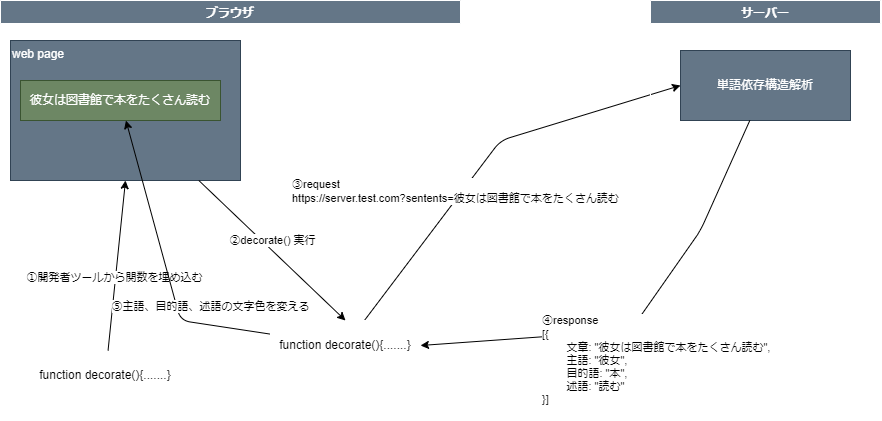
ritogk/sentence-decorate keeps this draw.io diagram as image.png. Above is the earlier version. Source tidied: cells renumbered, new cells last; positions are measured from the earlier drawing's top-left corner, leaving out a move shared by most shapes.
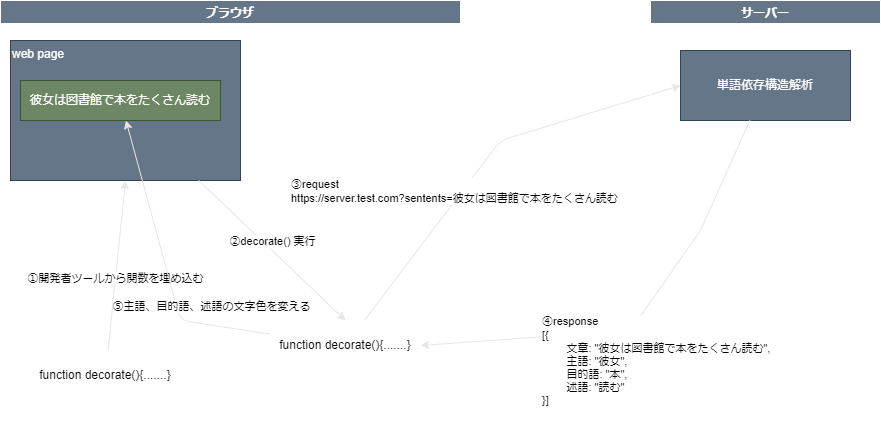
After the change.

Change to the diagram source:
```diff
@@ -14,13 +14,13 @@
     <mxCell id="5" value="function decorate(){.......}" style="whiteSpace=wrap;html=1;strokeColor=#FFFFFF;align=center;" parent="2" vertex="1">
       <mxGeometry x="30" y="350" width="150" height="50" as="geometry" />
     </mxCell>
-    <mxCell id="6" style="edgeStyle=none;html=1;entryX=0.5;entryY=1;entryDx=0;entryDy=0;" parent="2" edge="1" source="5" target="3">
+    <mxCell id="6" style="edgeStyle=none;html=1;entryX=0.5;entryY=1;entryDx=0;entryDy=0;strokeColor=#E6E6E6;" parent="2" edge="1" source="5" target="3">
       <mxGeometry relative="1" as="geometry" />
     </mxCell>
     <mxCell id="7" value="①開発者ツールから関数を埋め込む" style="edgeLabel;html=1;align=center;verticalAlign=middle;" parent="6" vertex="1">
       <mxGeometry x="-0.15" y="1" relative="1" as="geometry" />
     </mxCell>
-    <mxCell id="8" style="edgeStyle=none;html=1;entryX=0;entryY=0.5;entryDx=0;entryDy=0;" parent="1" edge="1" source="12" target="16">
+    <mxCell id="8" style="edgeStyle=none;html=1;entryX=0;entryY=0.5;entryDx=0;entryDy=0;strokeColor=#E6E6E6;" parent="1" edge="1" source="12" target="16">
       <mxGeometry relative="1" as="geometry">
         <Array as="points">
           <mxPoint x="500" y="140" />
@@ -32,7 +32,7 @@
         <mxPoint x="-168" y="-4" as="offset" />
       </mxGeometry>
     </mxCell>
-    <mxCell id="10" style="edgeStyle=none;html=1;" parent="1" edge="1" source="12" target="4">
+    <mxCell id="10" style="edgeStyle=none;html=1;strokeColor=#E6E6E6;" parent="1" edge="1" source="12" target="4">
       <mxGeometry relative="1" as="geometry">
         <Array as="points">
           <mxPoint x="180" y="320" />
@@ -47,7 +47,7 @@
     <mxCell id="12" value="function decorate(){.......}" style="whiteSpace=wrap;html=1;strokeColor=#FFFFFF;align=center;" parent="1" vertex="1">
       <mxGeometry x="270" y="320" width="150" height="50" as="geometry" />
     </mxCell>
-    <mxCell id="13" style="edgeStyle=none;html=1;entryX=0.5;entryY=0;entryDx=0;entryDy=0;" parent="1" edge="1" source="3" target="12">
+    <mxCell id="13" style="edgeStyle=none;html=1;entryX=0.5;entryY=0;entryDx=0;entryDy=0;strokeColor=#E6E6E6;" parent="1" edge="1" source="3" target="12">
       <mxGeometry relative="1" as="geometry" />
     </mxCell>
     <mxCell id="14" value="②decorate() 実行" style="edgeLabel;html=1;align=center;verticalAlign=middle;" parent="13" vertex="1">
@@ -61,7 +61,7 @@
     <mxCell id="16" value="単語依存構造解析" style="whiteSpace=wrap;html=1;fillColor=#647687;fontColor=#ffffff;strokeColor=#314354;" parent="15" vertex="1">
       <mxGeometry x="30" y="50" width="170" height="70" as="geometry" />
     </mxCell>
-    <mxCell id="17" style="edgeStyle=none;html=1;entryX=1;entryY=0.5;entryDx=0;entryDy=0;" parent="1" edge="1" source="16" target="12">
+    <mxCell id="17" style="edgeStyle=none;html=1;entryX=1;entryY=0.5;entryDx=0;entryDy=0;strokeColor=#E6E6E6;" parent="1" edge="1" source="16" target="12">
       <mxGeometry relative="1" as="geometry">
         <Array as="points">
           <mxPoint x="700" y="230" />
```
